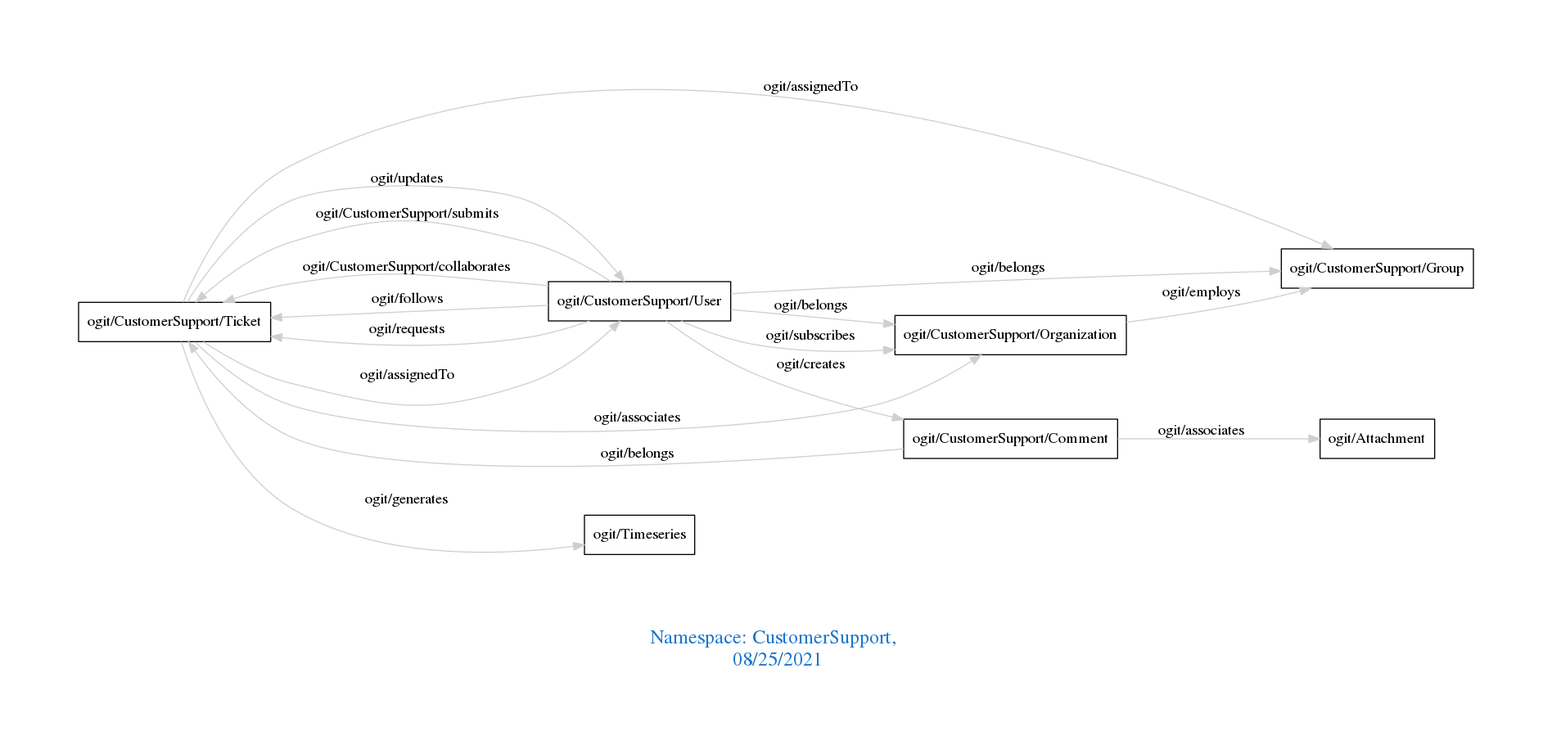
Above: downloads/CustomerSupport.png in arago/OGIT (Graphviz), before the change. Its source is kept beside it as downloads/CustomerSupport.dot.
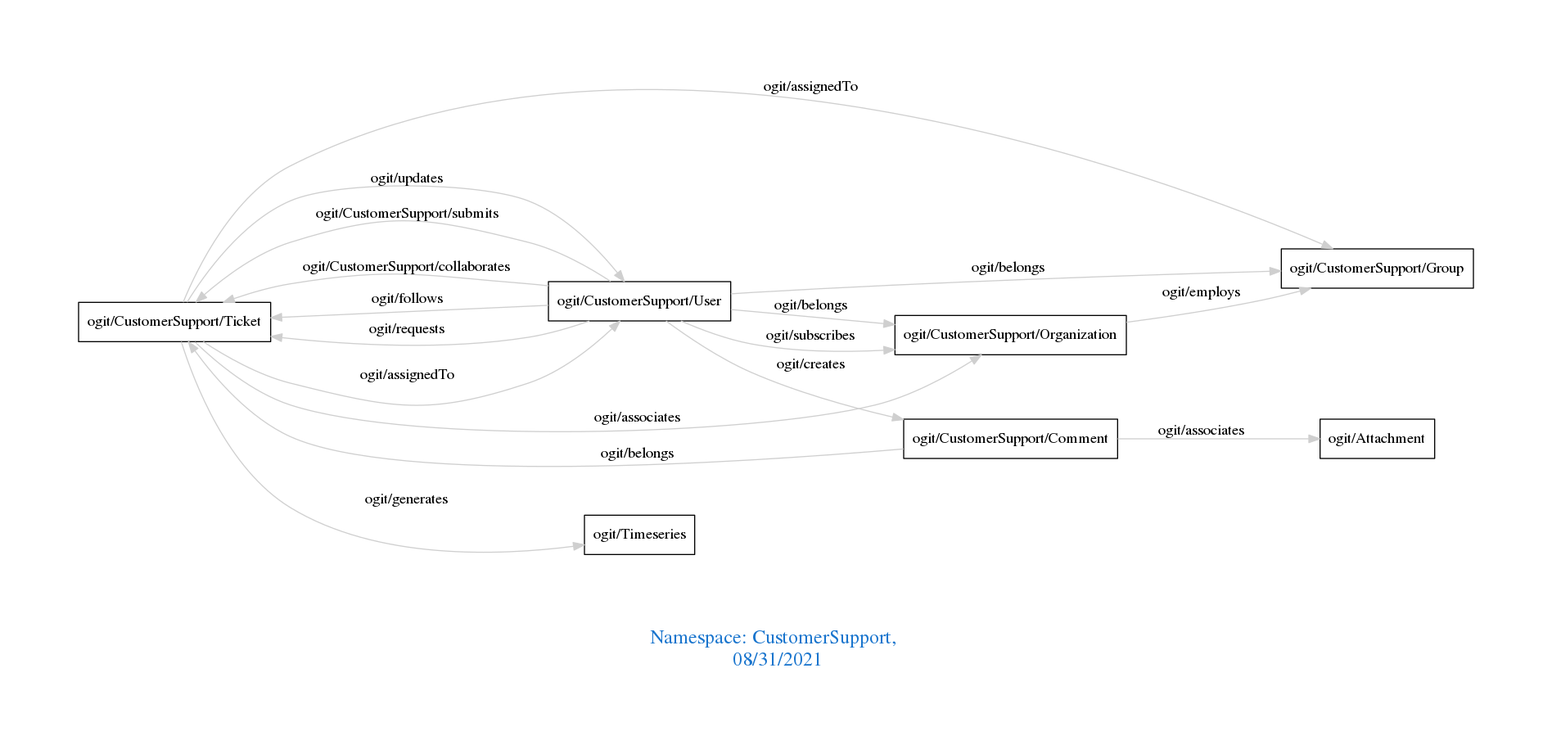
After the commit.

The edit, as a diff of the source:
```diff
@@ -1,7 +1,7 @@
 digraph OGIT_ontology {
  graph [ rankdir= LR,pad=1
 fontsize = 18,
-fontcolor= dodgerblue3,label = "\n\n\nNamespace: CustomerSupport, \n 08/25/2021"];
+fontcolor= dodgerblue3,label = "\n\n\nNamespace: CustomerSupport, \n 08/31/2021"];
 node[shape=polygon];
 edge [  color="gray81"];
 
```
